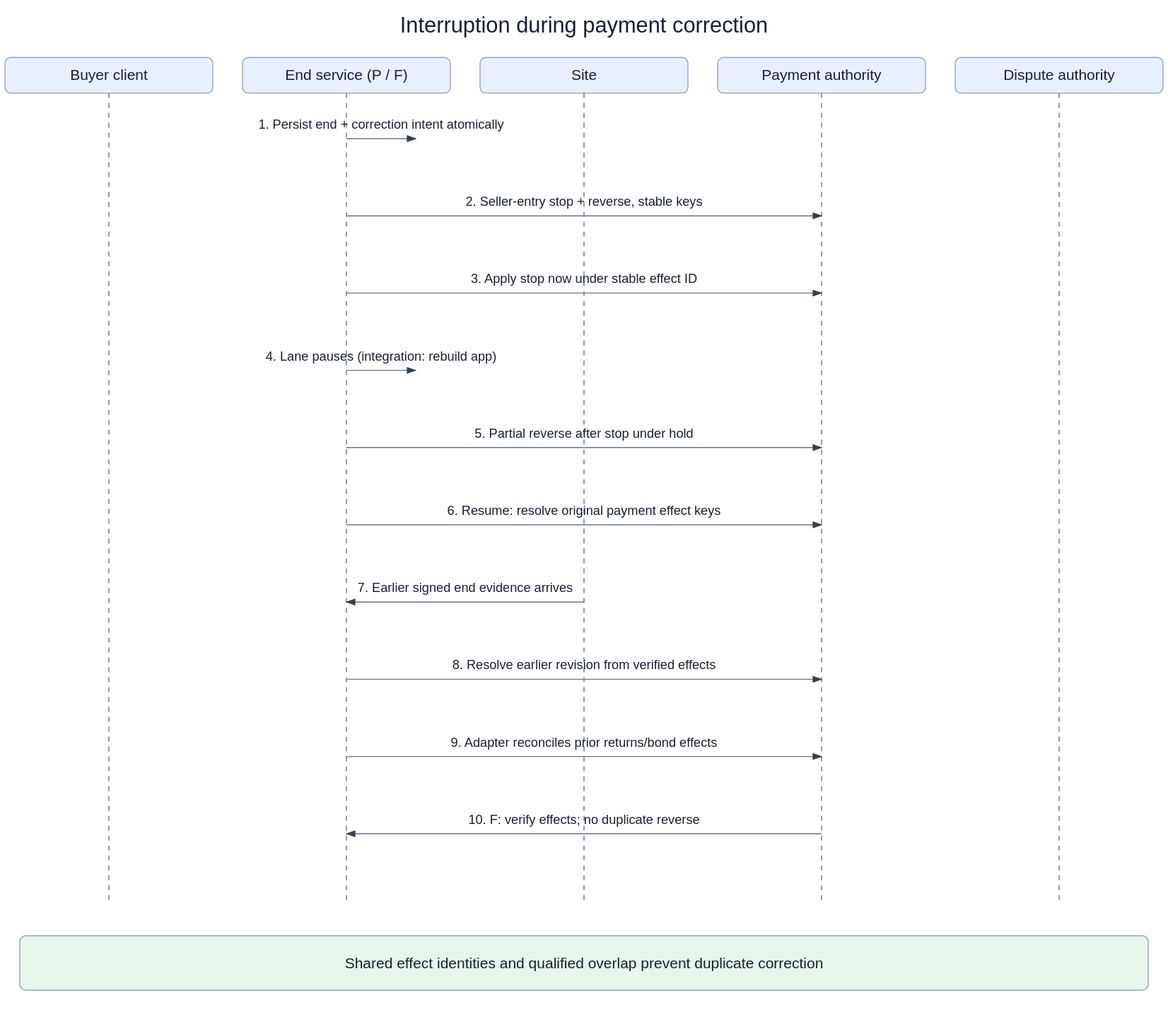
arkhai-io/simple-compute-market keeps this draw.io diagram as openspec/changes/converge-ongoing-compute-leases/diagrams/03-crash-during-case-effects.svg. Above is the earlier version. Source tidied: cells renumbered, new cells last; positions are measured from the earlier drawing's top-left corner, leaving out a move shared by most shapes.
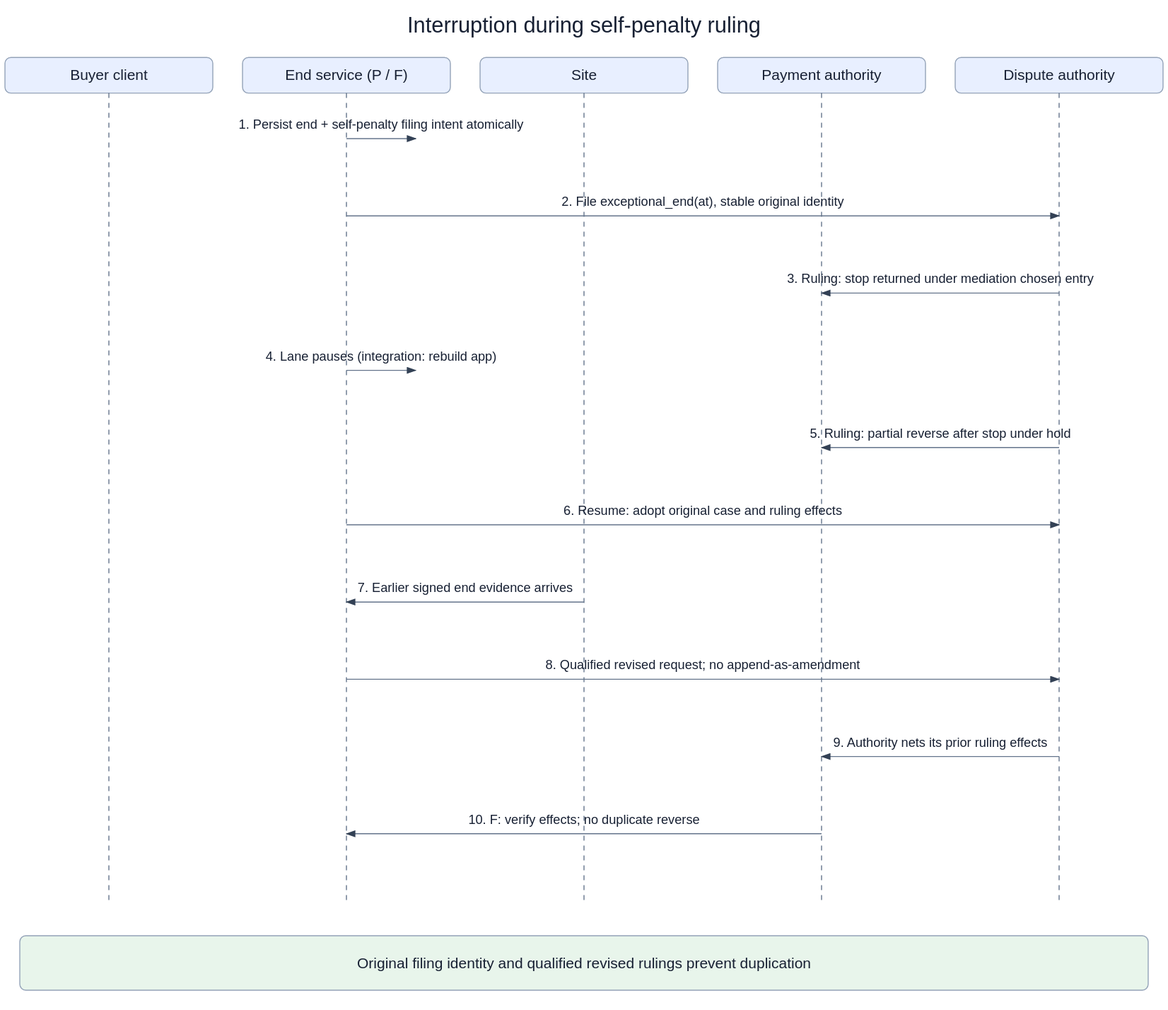
After the commit.

The edit, as a diff of the source:
```diff
@@ -2,7 +2,7 @@
   <root>
     <mxCell id="0" />
     <mxCell id="1" parent="0" />
-    <mxCell id="2" value="Interruption during payment correction" style="text;fontSize=22;align=center;" parent="1" vertex="1">
+    <mxCell id="2" value="Interruption during self-penalty ruling" style="text;fontSize=22;align=center;" parent="1" vertex="1">
       <mxGeometry x="15" width="1140" height="36" as="geometry" />
     </mxCell>
     <mxCell id="3" value="Buyer client" style="rounded=1;fillColor=#e8efff;fontSize=15;" parent="1" vertex="1">
@@ -50,21 +50,21 @@
         <mxPoint x="1065" y="900" as="targetPoint" />
       </mxGeometry>
     </mxCell>
-    <mxCell id="13" value="1. Persist end + correction intent atomically" style="endArrow=block;fontSize=13;labelBackgroundColor=#ffffff;" parent="1" edge="1">
+    <mxCell id="13" value="1. Persist end + self-penalty filing intent atomically" style="endArrow=block;fontSize=13;labelBackgroundColor=#ffffff;" parent="1" edge="1">
       <mxGeometry relative="1" as="geometry">
         <mxPoint x="345" y="130" as="sourcePoint" />
         <mxPoint x="415" y="130" as="targetPoint" />
       </mxGeometry>
     </mxCell>
-    <mxCell id="14" value="2. Seller-entry stop + reverse, stable keys" style="endArrow=block;fontSize=13;labelBackgroundColor=#ffffff;" parent="1" edge="1">
+    <mxCell id="14" value="2. File exceptional_end(at), stable original identity" style="endArrow=block;fontSize=13;labelBackgroundColor=#ffffff;" parent="1" edge="1">
       <mxGeometry relative="1" as="geometry">
         <mxPoint x="345" y="208" as="sourcePoint" />
-        <mxPoint x="825" y="208" as="targetPoint" />
+        <mxPoint x="1065" y="208" as="targetPoint" />
       </mxGeometry>
     </mxCell>
-    <mxCell id="15" value="3. Apply stop now under stable effect ID" style="endArrow=block;fontSize=13;labelBackgroundColor=#ffffff;" parent="1" edge="1">
+    <mxCell id="15" value="3. Ruling: stop returned under mediation chosen entry" style="endArrow=block;fontSize=13;labelBackgroundColor=#ffffff;" parent="1" edge="1">
       <mxGeometry relative="1" as="geometry">
-        <mxPoint x="345" y="286" as="sourcePoint" />
+        <mxPoint x="1065" y="286" as="sourcePoint" />
         <mxPoint x="825" y="286" as="targetPoint" />
       </mxGeometry>
     </mxCell>
@@ -74,16 +74,16 @@
         <mxPoint x="415" y="364" as="targetPoint" />
       </mxGeometry>
     </mxCell>
-    <mxCell id="17" value="5. Partial reverse after stop under hold" style="endArrow=block;fontSize=13;labelBackgroundColor=#ffffff;" parent="1" edge="1">
+    <mxCell id="17" value="5. Ruling: partial reverse after stop under hold" style="endArrow=block;fontSize=13;labelBackgroundColor=#ffffff;" parent="1" edge="1">
       <mxGeometry relative="1" as="geometry">
-        <mxPoint x="345" y="442" as="sourcePoint" />
+        <mxPoint x="1065" y="442" as="sourcePoint" />
         <mxPoint x="825" y="442" as="targetPoint" />
       </mxGeometry>
     </mxCell>
-    <mxCell id="18" value="6. Resume: resolve original payment effect keys" style="endArrow=block;fontSize=13;labelBackgroundColor=#ffffff;" parent="1" edge="1">
+    <mxCell id="18" value="6. Resume: adopt original case and ruling effects" style="endArrow=block;fontSize=13;labelBackgroundColor=#ffffff;" parent="1" edge="1">
       <mxGeometry relative="1" as="geometry">
         <mxPoint x="345" y="520" as="sourcePoint" />
-        <mxPoint x="825" y="520" as="targetPoint" />
+        <mxPoint x="1065" y="520" as="targetPoint" />
       </mxGeometry>
     </mxCell>
     <mxCell id="19" value="7. Earlier signed end evidence arrives" style="endArrow=block;fontSize=13;labelBackgroundColor=#ffffff;" parent="1" edge="1">
@@ -92,15 +92,15 @@
         <mxPoint x="345" y="598" as="targetPoint" />
       </mxGeometry>
     </mxCell>
-    <mxCell id="20" value="8. Resolve earlier revision from verified effects" style="endArrow=block;fontSize=13;labelBackgroundColor=#ffffff;" parent="1" edge="1">
+    <mxCell id="20" value="8. Qualified revised request; no append-as-amendment" style="endArrow=block;fontSize=13;labelBackgroundColor=#ffffff;" parent="1" edge="1">
       <mxGeometry relative="1" as="geometry">
         <mxPoint x="345" y="676" as="sourcePoint" />
-        <mxPoint x="825" y="676" as="targetPoint" />
+        <mxPoint x="1065" y="676" as="targetPoint" />
       </mxGeometry>
     </mxCell>
-    <mxCell id="21" value="9. Adapter reconciles prior returns/bond effects" style="endArrow=block;fontSize=13;labelBackgroundColor=#ffffff;" parent="1" edge="1">
+    <mxCell id="21" value="9. Authority nets its prior ruling effects" style="endArrow=block;fontSize=13;labelBackgroundColor=#ffffff;" parent="1" edge="1">
       <mxGeometry relative="1" as="geometry">
-        <mxPoint x="345" y="754" as="sourcePoint" />
+        <mxPoint x="1065" y="754" as="sourcePoint" />
         <mxPoint x="825" y="754" as="targetPoint" />
       </mxGeometry>
     </mxCell>
@@ -110,7 +110,7 @@
         <mxPoint x="345" y="832" as="targetPoint" />
       </mxGeometry>
     </mxCell>
-    <mxCell id="23" value="Shared effect identities and qualified overlap prevent duplicate correction" style="rounded=1;fillColor=#e8f5eb;fontSize=15;" parent="1" vertex="1">
+    <mxCell id="23" value="Original filing identity and qualified revised rulings prevent duplication" style="rounded=1;fillColor=#e8f5eb;fontSize=15;" parent="1" vertex="1">
       <mxGeometry x="15" y="935" width="1140" height="55" as="geometry" />
     </mxCell>
   </root>
```
